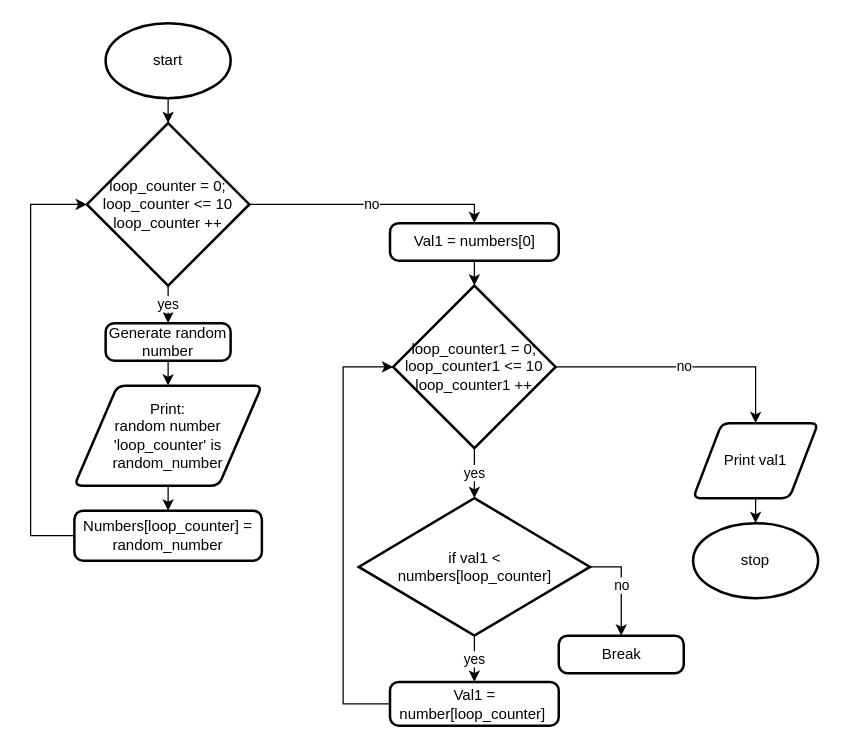
Miguel-Santacruz/ICS3U-Unit6-02-Python keeps this draw.io diagram as .flowchart.drawio. Above is the earlier version. Source tidied: cells renumbered, new cells numbered last; positions are measured from the earlier drawing's top-left corner, leaving out a move shared by most shapes. Both pictures are drawn from the tidied source at 125%, with x=0, y=0 at pixel (30, 22).
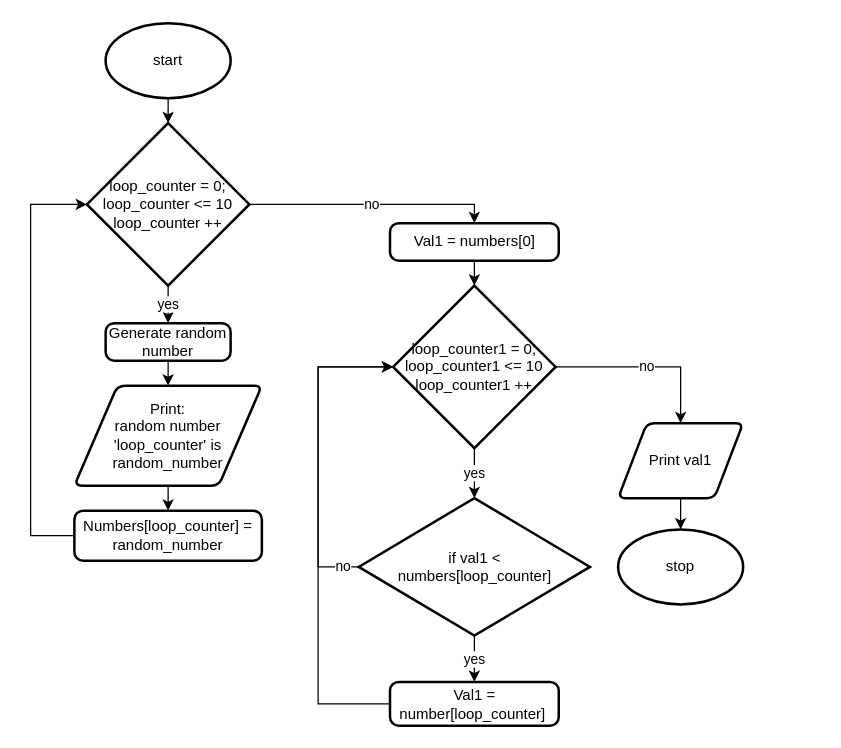
The same diagram, later.

Unchanged cells that the change refers to:
```xml
<mxCell id="15" value="loop_counter1 = 0;&lt;br&gt;loop_counter1 &amp;lt;= 10&lt;br&gt;loop_counter1 ++" style="strokeWidth=2;html=1;shape=mxgraph.flowchart.decision;whiteSpace=wrap;" parent="1" vertex="1">
  <mxGeometry x="290" y="210" width="130" height="130" as="geometry" />
</mxCell>
<mxCell id="18" value="if val1 &amp;lt;&lt;br&gt;numbers[loop_counter]" style="strokeWidth=2;html=1;shape=mxgraph.flowchart.decision;whiteSpace=wrap;" parent="1" vertex="1">
  <mxGeometry x="262.5" y="380" width="185" height="110" as="geometry" />
</mxCell>
<mxCell id="20" value="Val1 = number[loop_counter]&amp;nbsp;" style="rounded=1;whiteSpace=wrap;html=1;absoluteArcSize=1;arcSize=14;strokeWidth=2;" parent="1" vertex="1">
  <mxGeometry x="287.5" y="527" width="135" height="35" as="geometry" />
</mxCell>
```

Diff of the diagram source:
```diff
@@
-    <mxCell id="17" value="no" style="edgeStyle=orthogonalEdgeStyle;rounded=0;html=1;exitX=1;exitY=0.5;exitDx=0;exitDy=0;exitPerimeter=0;entryX=0.5;entryY=0;entryDx=0;entryDy=0;" parent="1" edge="1" source="18" target="23">
-      <mxGeometry relative="1" as="geometry" />
+    <mxCell id="17" value="no" style="edgeStyle=orthogonalEdgeStyle;html=1;exitX=0;exitY=0.5;exitDx=0;exitDy=0;exitPerimeter=0;entryX=0;entryY=0.5;entryDx=0;entryDy=0;entryPerimeter=0;rounded=0;" parent="1" edge="1" source="18" target="15">
+      <mxGeometry x="-0.9" relative="1" as="geometry">
+        <Array as="points">
+          <mxPoint x="230" y="435" />
+          <mxPoint x="230" y="275" />
+        </Array>
+      </mxGeometry>
     </mxCell>
@@
     <mxCell id="19" style="edgeStyle=orthogonalEdgeStyle;rounded=0;html=1;exitX=0;exitY=0.5;exitDx=0;exitDy=0;entryX=0;entryY=0.5;entryDx=0;entryDy=0;entryPerimeter=0;" parent="1" edge="1" source="20" target="15">
       <mxGeometry relative="1" as="geometry">
         <Array as="points">
-          <mxPoint x="250" y="545" />
-          <mxPoint x="250" y="275" />
+          <mxPoint x="230" y="545" />
+          <mxPoint x="230" y="275" />
         </Array>
       </mxGeometry>
     </mxCell>
@@
-    <mxCell id="23" value="Break" style="rounded=1;whiteSpace=wrap;html=1;absoluteArcSize=1;arcSize=14;strokeWidth=2;" parent="1" vertex="1">
-      <mxGeometry x="422.5" y="490" width="100" height="30" as="geometry" />
-    </mxCell>
@@
     <mxCell id="25" value="Print val1" style="shape=parallelogram;html=1;strokeWidth=2;perimeter=parallelogramPerimeter;whiteSpace=wrap;rounded=1;arcSize=12;size=0.23;" parent="1" vertex="1">
-      <mxGeometry x="530" y="320" width="100" height="60" as="geometry" />
+      <mxGeometry x="470" y="320" width="100" height="60" as="geometry" />
     </mxCell>
     <mxCell id="26" value="stop" style="strokeWidth=2;html=1;shape=mxgraph.flowchart.start_1;whiteSpace=wrap;" parent="1" vertex="1">
-      <mxGeometry x="530" y="400" width="100" height="60" as="geometry" />
+      <mxGeometry x="470" y="405" width="100" height="60" as="geometry" />
     </mxCell>
```
